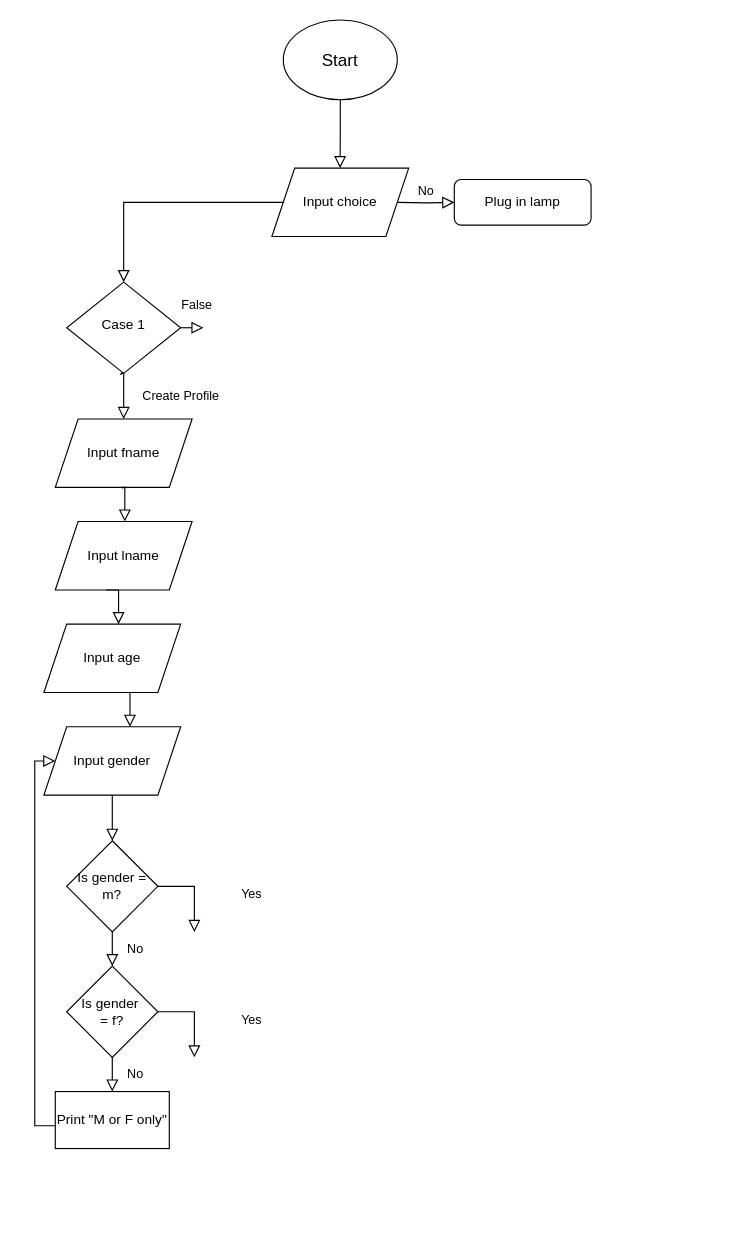
Earlier version of the draw.io diagram Untitled Diagram.drawio (Sens3iProgrammer/random_stuff). Source tidied: cells renumbered, new cells numbered last; positions are measured from the earlier drawing's top-left corner, leaving out a move shared by most shapes. Both pictures are drawn from the tidied source at 114%, with x=0, y=0 at pixel (34, 19).
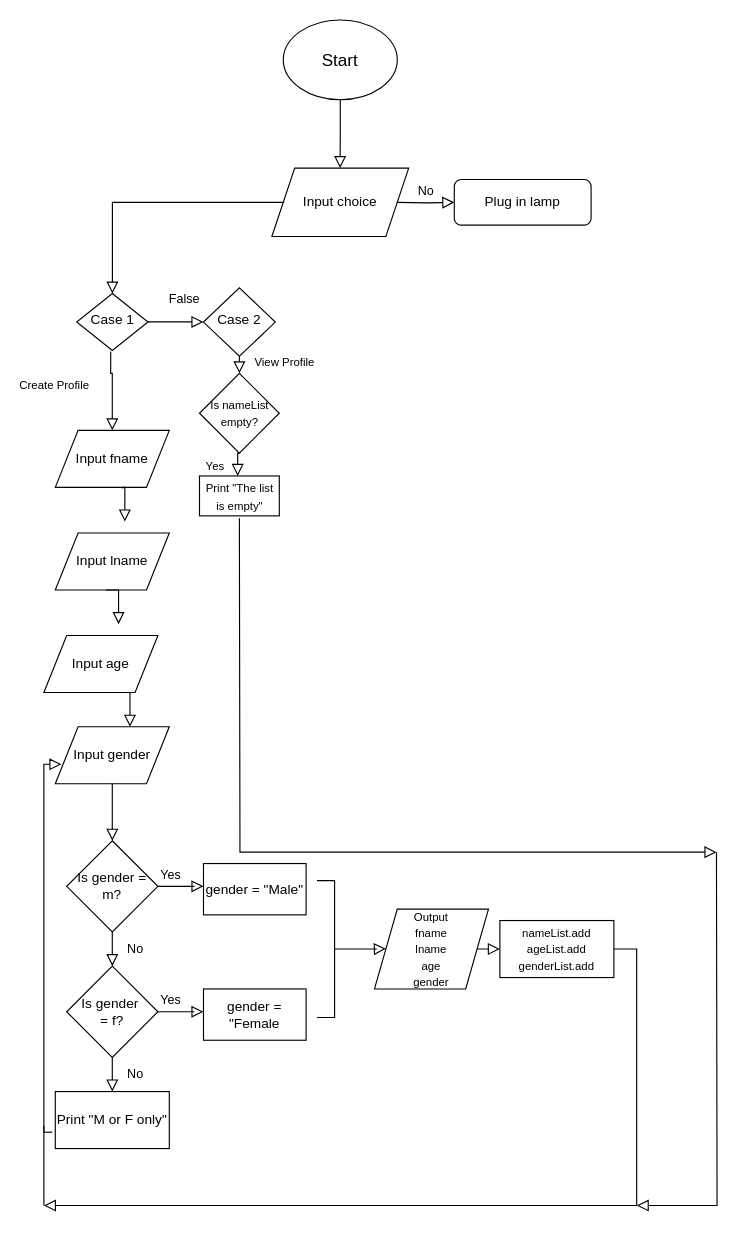
The same diagram, later.

Unchanged cells that the change refers to:
```xml
<mxCell id="18" value="Is gender = m?" style="rhombus;whiteSpace=wrap;html=1;" parent="1" vertex="1">
  <mxGeometry x="28" y="720" width="80" height="80" as="geometry" />
</mxCell>
<mxCell id="22" value="Is gender&amp;nbsp;&lt;div&gt;= f?&lt;/div&gt;" style="rhombus;whiteSpace=wrap;html=1;" parent="1" vertex="1">
  <mxGeometry x="28" y="830" width="80" height="80" as="geometry" />
</mxCell>
<mxCell id="25" value="Print &quot;M or F only&quot;" style="rounded=0;whiteSpace=wrap;html=1;" parent="1" vertex="1">
  <mxGeometry x="18" y="940" width="100" height="50" as="geometry" />
</mxCell>
```

What changed in the source:
```diff
@@
-    <mxCell id="6" value="False" style="rounded=0;html=1;jettySize=auto;fontSize=11;endArrow=block;endFill=0;endSize=8;strokeWidth=1;shadow=0;labelBackgroundColor=none;edgeStyle=orthogonalEdgeStyle;" parent="1" edge="1" source="7">
+    <mxCell id="6" value="False" style="rounded=0;html=1;jettySize=auto;orthogonalLoop=1;fontSize=11;endArrow=block;endFill=0;endSize=8;strokeWidth=1;shadow=0;labelBackgroundColor=none;edgeStyle=orthogonalEdgeStyle;" parent="1" edge="1">
       <mxGeometry x="0.33" y="20" relative="1" as="geometry">
-        <mxPoint x="148" y="270" as="targetPoint" />
+        <mxPoint x="99.2" y="264.9" as="sourcePoint" />
+        <mxPoint x="148" y="264.9" as="targetPoint" />
+        <Array as="points">
+          <mxPoint x="148" y="264.9" />
+        </Array>
       </mxGeometry>
     </mxCell>
     <mxCell id="7" value="Case 1" style="rhombus;whiteSpace=wrap;html=1;shadow=0;fontFamily=Helvetica;fontSize=12;align=center;strokeWidth=1;spacing=6;spacingTop=-4;" parent="1" vertex="1">
-      <mxGeometry x="28" y="230" width="100" height="80" as="geometry" />
+      <mxGeometry x="36.8" y="240" width="62.5" height="50" as="geometry" />
     </mxCell>
@@
     <mxCell id="10" value="Input fname" style="shape=parallelogram;perimeter=parallelogramPerimeter;whiteSpace=wrap;html=1;fixedSize=1;" parent="1" vertex="1">
-      <mxGeometry x="18" y="350" width="120" height="60" as="geometry" />
+      <mxGeometry x="18" y="360" width="100" height="50" as="geometry" />
     </mxCell>
-    <mxCell id="11" value="Create Profile" style="rounded=0;html=1;jettySize=auto;fontSize=11;endArrow=block;endFill=0;endSize=8;strokeWidth=1;shadow=0;labelBackgroundColor=none;edgeStyle=orthogonalEdgeStyle;exitX=0.477;exitY=1.017;exitDx=0;exitDy=0;exitPerimeter=0;entryX=0.5;entryY=0;entryDx=0;entryDy=0;" parent="1" edge="1" source="7" target="10">
-      <mxGeometry x="0.08" y="50" relative="1" as="geometry">
+    <mxCell id="11" value="&lt;font style=&quot;font-size: 10px;&quot;&gt;Create Profile&lt;/font&gt;" style="rounded=0;html=1;jettySize=auto;fontSize=11;endArrow=block;endFill=0;endSize=8;strokeWidth=1;shadow=0;labelBackgroundColor=none;edgeStyle=orthogonalEdgeStyle;exitX=0.477;exitY=1.017;exitDx=0;exitDy=0;exitPerimeter=0;entryX=0.5;entryY=0;entryDx=0;entryDy=0;" parent="1" edge="1" source="7" target="10">
+      <mxGeometry x="-0.46" y="-50" relative="1" as="geometry">
         <Array as="points">
-          <mxPoint x="76" y="310" />
-          <mxPoint x="78" y="310" />
+          <mxPoint x="67" y="310" />
+          <mxPoint x="68" y="310" />
         </Array>
+        <mxPoint x="-49" y="-40" as="offset" />
       </mxGeometry>
     </mxCell>
     <mxCell id="12" value="Input lname" style="shape=parallelogram;perimeter=parallelogramPerimeter;whiteSpace=wrap;html=1;fixedSize=1;" parent="1" vertex="1">
-      <mxGeometry x="18" y="440" width="120" height="60" as="geometry" />
+      <mxGeometry x="18" y="450" width="100" height="50" as="geometry" />
     </mxCell>
     <mxCell id="13" value="Input age" style="shape=parallelogram;perimeter=parallelogramPerimeter;whiteSpace=wrap;html=1;fixedSize=1;" parent="1" vertex="1">
-      <mxGeometry x="8" y="530" width="120" height="60" as="geometry" />
+      <mxGeometry x="8" y="540" width="100" height="50" as="geometry" />
     </mxCell>
@@
     <mxCell id="16" value="Input gender" style="shape=parallelogram;perimeter=parallelogramPerimeter;whiteSpace=wrap;html=1;fixedSize=1;" parent="1" vertex="1">
-      <mxGeometry x="8" y="620" width="120" height="60" as="geometry" />
+      <mxGeometry x="18" y="620" width="100" height="50" as="geometry" />
     </mxCell>
@@
-    <mxCell id="20" value="Yes" style="rounded=0;html=1;jettySize=auto;fontSize=11;endArrow=block;endFill=0;endSize=8;strokeWidth=1;shadow=0;labelBackgroundColor=none;edgeStyle=orthogonalEdgeStyle;exitX=1;exitY=0.5;exitDx=0;exitDy=0;entryX=0.5;entryY=0;entryDx=0;entryDy=0;" parent="1" edge="1" source="18">
-      <mxGeometry x="0.08" y="50" relative="1" as="geometry">
-        <mxPoint x="140" y="800" as="targetPoint" />
+    <mxCell id="20" value="Yes" style="rounded=0;html=1;jettySize=auto;fontSize=11;endArrow=block;endFill=0;endSize=8;strokeWidth=1;shadow=0;labelBackgroundColor=none;edgeStyle=orthogonalEdgeStyle;exitX=1;exitY=0.5;exitDx=0;exitDy=0;" parent="1" edge="1" source="18">
+      <mxGeometry x="-0.44" y="10" relative="1" as="geometry">
+        <mxPoint x="148" y="760" as="targetPoint" />
         <Array as="points">
           <mxPoint x="140" y="760" />
         </Array>
       </mxGeometry>
     </mxCell>
@@
-    <mxCell id="23" value="Yes" style="rounded=0;html=1;jettySize=auto;fontSize=11;endArrow=block;endFill=0;endSize=8;strokeWidth=1;shadow=0;labelBackgroundColor=none;edgeStyle=orthogonalEdgeStyle;exitX=1;exitY=0.5;exitDx=0;exitDy=0;entryX=0.5;entryY=0;entryDx=0;entryDy=0;" parent="1" edge="1" source="22">
-      <mxGeometry x="0.08" y="50" relative="1" as="geometry">
-        <mxPoint x="140" y="910" as="targetPoint" />
+    <mxCell id="23" value="Yes" style="rounded=0;html=1;jettySize=auto;fontSize=11;endArrow=block;endFill=0;endSize=8;strokeWidth=1;shadow=0;labelBackgroundColor=none;edgeStyle=orthogonalEdgeStyle;exitX=1;exitY=0.5;exitDx=0;exitDy=0;" parent="1" edge="1" source="22">
+      <mxGeometry x="-0.44" y="10" relative="1" as="geometry">
+        <mxPoint x="148" y="870" as="targetPoint" />
         <Array as="points">
           <mxPoint x="140" y="870" />
         </Array>
       </mxGeometry>
     </mxCell>
@@
-    <mxCell id="26" style="rounded=0;html=1;jettySize=auto;fontSize=11;endArrow=block;endFill=0;endSize=8;strokeWidth=1;shadow=0;labelBackgroundColor=none;edgeStyle=orthogonalEdgeStyle;exitX=0;exitY=0.6;exitDx=0;exitDy=0;entryX=0;entryY=0.5;entryDx=0;entryDy=0;exitPerimeter=0;" parent="1" edge="1" source="25" target="16">
+    <mxCell id="26" style="rounded=0;html=1;jettySize=auto;fontSize=11;endArrow=block;endFill=0;endSize=8;strokeWidth=1;shadow=0;labelBackgroundColor=none;edgeStyle=orthogonalEdgeStyle;exitX=-0.027;exitY=0.713;exitDx=0;exitDy=0;entryX=0.054;entryY=0.658;entryDx=0;entryDy=0;exitPerimeter=0;entryPerimeter=0;" parent="1" edge="1" source="25" target="16">
       <mxGeometry x="0.09" y="50" relative="1" as="geometry">
         <Array as="points">
-          <mxPoint y="970" />
-          <mxPoint y="650" />
+          <mxPoint x="8" y="976" />
+          <mxPoint x="8" y="653" />
         </Array>
       </mxGeometry>
     </mxCell>
+    <mxCell id="27" value="gender = &quot;Male&quot;" style="rounded=0;whiteSpace=wrap;html=1;" parent="1" vertex="1">
+      <mxGeometry x="148" y="740" width="90" height="45" as="geometry" />
+    </mxCell>
+    <mxCell id="28" value="gender = &quot;Female" style="rounded=0;whiteSpace=wrap;html=1;" parent="1" vertex="1">
+      <mxGeometry x="148" y="850" width="90" height="45" as="geometry" />
+    </mxCell>
+    <mxCell id="29" style="shape=partialRectangle;whiteSpace=wrap;html=1;bottom=1;right=1;left=1;top=0;fillColor=none;routingCenterX=-0.5;rotation=-90;" parent="1" vertex="1">
+      <mxGeometry x="195.5" y="807.5" width="120" height="15" as="geometry" />
+    </mxCell>
+    <mxCell id="30" style="rounded=0;html=1;jettySize=auto;fontSize=11;endArrow=block;endFill=0;endSize=8;strokeWidth=1;shadow=0;labelBackgroundColor=none;edgeStyle=orthogonalEdgeStyle;exitX=0.5;exitY=1;exitDx=0;exitDy=0;" parent="1" edge="1" source="29">
+      <mxGeometry x="-0.44" y="10" relative="1" as="geometry">
+        <mxPoint x="308" y="814.8" as="targetPoint" />
+        <Array as="points">
+          <mxPoint x="300" y="815" />
+        </Array>
+      </mxGeometry>
+    </mxCell>
+    <mxCell id="31" value="&lt;font style=&quot;font-size: 10px;&quot;&gt;Output&lt;/font&gt;&lt;div&gt;&lt;font style=&quot;font-size: 10px;&quot;&gt;fname&lt;/font&gt;&lt;/div&gt;&lt;div&gt;&lt;font style=&quot;font-size: 10px;&quot;&gt;lname&lt;/font&gt;&lt;/div&gt;&lt;div&gt;&lt;font style=&quot;font-size: 10px;&quot;&gt;age&lt;/font&gt;&lt;/div&gt;&lt;div&gt;&lt;font style=&quot;font-size: 10px;&quot;&gt;gender&lt;/font&gt;&lt;/div&gt;" style="shape=parallelogram;perimeter=parallelogramPerimeter;whiteSpace=wrap;html=1;fixedSize=1;" parent="1" vertex="1">
+      <mxGeometry x="298" y="780" width="100" height="70" as="geometry" />
+    </mxCell>
+    <mxCell id="32" value="&lt;font style=&quot;font-size: 10px;&quot;&gt;nameList.add&lt;/font&gt;&lt;div&gt;&lt;font style=&quot;font-size: 10px;&quot;&gt;ageList.add&lt;/font&gt;&lt;/div&gt;&lt;div&gt;&lt;font style=&quot;font-size: 10px;&quot;&gt;genderList.add&lt;/font&gt;&lt;/div&gt;" style="rounded=0;whiteSpace=wrap;html=1;" parent="1" vertex="1">
+      <mxGeometry x="408" y="790" width="100" height="50" as="geometry" />
+    </mxCell>
+    <mxCell id="33" style="rounded=0;html=1;jettySize=auto;orthogonalLoop=1;fontSize=11;endArrow=block;endFill=0;endSize=8;strokeWidth=1;shadow=0;labelBackgroundColor=none;edgeStyle=orthogonalEdgeStyle;exitX=0.5;exitY=1;exitDx=0;exitDy=0;" parent="1" edge="1">
+      <mxGeometry x="-0.44" y="10" relative="1" as="geometry">
+        <mxPoint x="388" y="815" as="sourcePoint" />
+        <mxPoint x="408" y="815" as="targetPoint" />
+        <Array as="points">
+          <mxPoint x="398" y="815" />
+        </Array>
+      </mxGeometry>
+    </mxCell>
+    <mxCell id="34" style="rounded=0;html=1;jettySize=auto;fontSize=11;endArrow=block;endFill=0;endSize=8;strokeWidth=1;shadow=0;labelBackgroundColor=none;edgeStyle=orthogonalEdgeStyle;exitX=1;exitY=0.5;exitDx=0;exitDy=0;" parent="1" edge="1" source="32">
+      <mxGeometry x="0.09" y="50" relative="1" as="geometry">
+        <mxPoint x="8" y="1040" as="targetPoint" />
+        <Array as="points">
+          <mxPoint x="528" y="815" />
+          <mxPoint x="528" y="1040" />
+        </Array>
+      </mxGeometry>
+    </mxCell>
+    <mxCell id="35" style="endArrow=none;html=1;rounded=0;" parent="1" edge="1">
+      <mxGeometry relative="1" as="geometry">
+        <mxPoint x="8" y="970" as="sourcePoint" />
+        <mxPoint x="8" y="1040" as="targetPoint" />
+        <Array as="points">
+          <mxPoint x="8" y="1010" />
+          <mxPoint x="8" y="1030" />
+        </Array>
+      </mxGeometry>
+    </mxCell>
+    <mxCell id="36" value="Case 2" style="rhombus;whiteSpace=wrap;html=1;shadow=0;fontFamily=Helvetica;fontSize=12;align=center;strokeWidth=1;spacing=6;spacingTop=-4;" parent="1" vertex="1">
+      <mxGeometry x="148" y="235" width="63" height="60" as="geometry" />
+    </mxCell>
+    <mxCell id="37" value="&lt;span style=&quot;font-size: 10px;&quot;&gt;Is nameList empty?&lt;/span&gt;" style="rhombus;whiteSpace=wrap;html=1;" parent="1" vertex="1">
+      <mxGeometry x="144.5" y="310" width="70" height="70" as="geometry" />
+    </mxCell>
+    <mxCell id="38" value="&lt;span style=&quot;font-size: 10px;&quot;&gt;View Profile&lt;/span&gt;" style="rounded=0;html=1;jettySize=auto;fontSize=11;endArrow=block;endFill=0;endSize=8;strokeWidth=1;shadow=0;labelBackgroundColor=none;edgeStyle=orthogonalEdgeStyle;entryX=0.5;entryY=0;entryDx=0;entryDy=0;exitX=0.5;exitY=1;exitDx=0;exitDy=0;" parent="1" edge="1" source="36" target="37">
+      <mxGeometry x="-0.33" y="39" relative="1" as="geometry">
+        <Array as="points">
+          <mxPoint x="180" y="310" />
+        </Array>
+      </mxGeometry>
+    </mxCell>
+    <mxCell id="39" value="&lt;font style=&quot;font-size: 10px;&quot;&gt;Yes&lt;/font&gt;" style="rounded=0;html=1;jettySize=auto;fontSize=11;endArrow=block;endFill=0;endSize=8;strokeWidth=1;shadow=0;labelBackgroundColor=none;edgeStyle=orthogonalEdgeStyle;exitX=0.5;exitY=1;exitDx=0;exitDy=0;" parent="1" edge="1" source="37">
+      <mxGeometry x="0.07" y="-20" relative="1" as="geometry">
+        <mxPoint x="178" y="400" as="targetPoint" />
+        <Array as="points">
+          <mxPoint x="178" y="380" />
+        </Array>
+      </mxGeometry>
+    </mxCell>
+    <mxCell id="40" value="&lt;font style=&quot;font-size: 10px;&quot;&gt;Print &quot;The list is empty&quot;&lt;/font&gt;" style="rounded=0;whiteSpace=wrap;html=1;" parent="1" vertex="1">
+      <mxGeometry x="144.5" y="400" width="70" height="35" as="geometry" />
+    </mxCell>
+    <mxCell id="41" style="rounded=0;html=1;jettySize=auto;orthogonalLoop=1;fontSize=11;endArrow=block;endFill=0;endSize=8;strokeWidth=1;shadow=0;labelBackgroundColor=none;edgeStyle=orthogonalEdgeStyle;exitX=0.5;exitY=1;exitDx=0;exitDy=0;" parent="1" edge="1">
+      <mxGeometry x="0.08" y="50" relative="1" as="geometry">
+        <mxPoint x="179.5" y="437" as="sourcePoint" />
+        <mxPoint x="598" y="730" as="targetPoint" />
+        <Array as="points">
+          <mxPoint x="180" y="452" />
+          <mxPoint x="180" y="452" />
+        </Array>
+      </mxGeometry>
+    </mxCell>
+    <mxCell id="42" style="rounded=0;html=1;jettySize=auto;orthogonalLoop=1;fontSize=11;endArrow=block;endFill=0;endSize=8;strokeWidth=1;shadow=0;labelBackgroundColor=none;edgeStyle=orthogonalEdgeStyle;" parent="1" edge="1">
+      <mxGeometry x="0.08" y="50" relative="1" as="geometry">
+        <mxPoint x="598" y="730" as="sourcePoint" />
+        <mxPoint x="528" y="1040" as="targetPoint" />
+        <Array as="points">
+          <mxPoint x="598.5" y="745" />
+          <mxPoint x="598.5" y="745" />
+        </Array>
+      </mxGeometry>
+    </mxCell>
```
